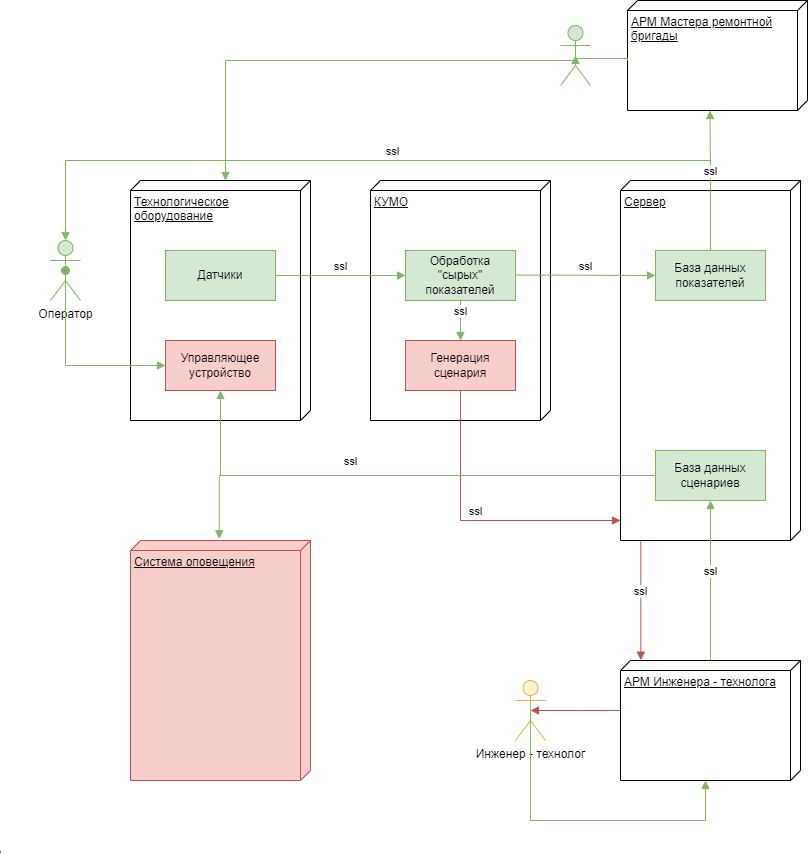
The draw.io diagram архитектура КУМО.png in LaymBoro/course_cyberimmune_dev, before a commit. Source tidied: cells renumbered, new cells last; positions are measured from the earlier drawing's top-left corner, leaving out a move shared by most shapes.
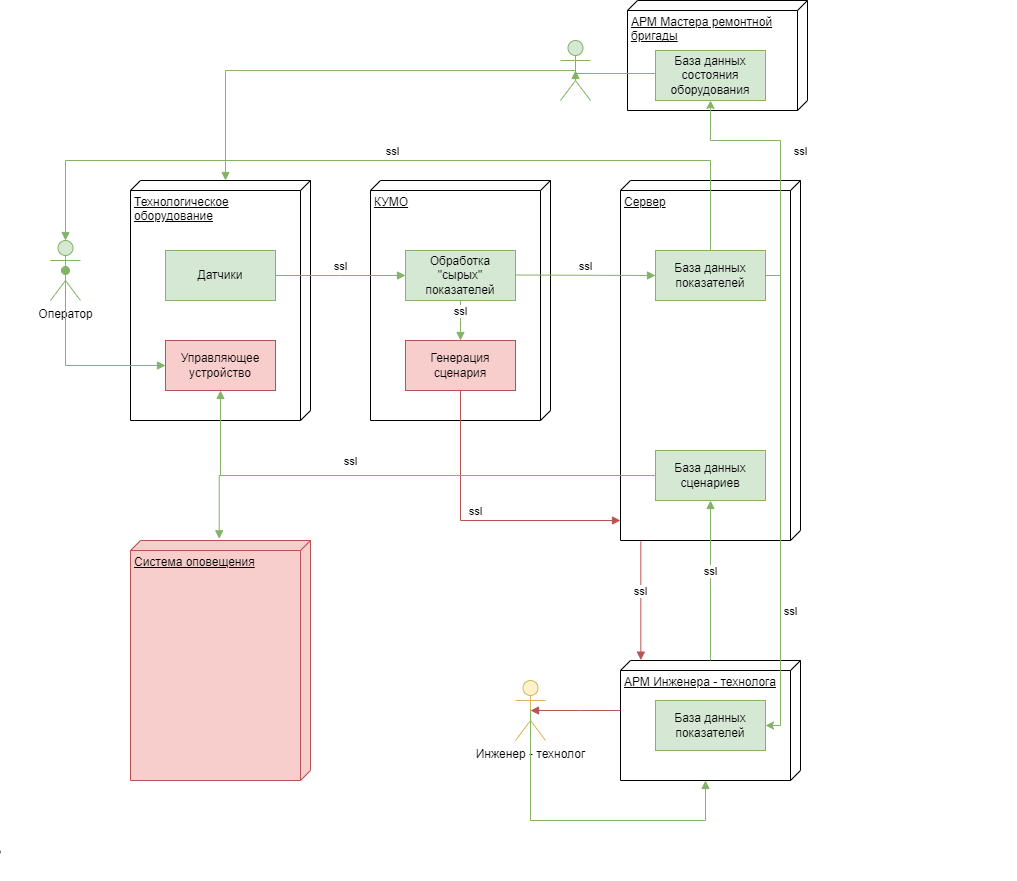
Above is the later version.

The edit, as a diff of the source:
```diff
@@ -124,12 +124,12 @@
         <mxPoint x="660" y="660" as="sourcePoint" />
       </mxGeometry>
     </mxCell>
-    <mxCell id="26" value="dispatch" style="html=1;verticalAlign=bottom;endArrow=block;edgeStyle=elbowEdgeStyle;elbow=vertical;curved=0;rounded=0;exitX=0;exitY=0.5;exitDx=0;exitDy=0;entryX=0.5;entryY=1;entryDx=0;entryDy=0;fillColor=#d5e8d4;strokeColor=#82b366;" parent="1" edge="1" source="20" target="14">
-      <mxGeometry x="0.67" y="434" relative="1" as="geometry">
+    <mxCell id="26" value="ssl" style="html=1;verticalAlign=bottom;endArrow=block;edgeStyle=elbowEdgeStyle;elbow=vertical;curved=0;rounded=0;exitX=0;exitY=0.5;exitDx=0;exitDy=0;entryX=0.5;entryY=1;entryDx=0;entryDy=0;fillColor=#d5e8d4;strokeColor=#82b366;" parent="1" edge="1" source="20" target="14">
+      <mxGeometry x="-1" y="-347" relative="1" as="geometry">
         <Array as="points">
           <mxPoint x="390" y="475" />
         </Array>
-        <mxPoint x="234" y="385" as="offset" />
+        <mxPoint x="145" y="32" as="offset" />
       </mxGeometry>
     </mxCell>
     <mxCell id="27" value="ssl" style="html=1;verticalAlign=bottom;endArrow=block;edgeStyle=elbowEdgeStyle;elbow=vertical;curved=0;rounded=0;entryX=-0.007;entryY=0.507;entryDx=0;entryDy=0;entryPerimeter=0;exitX=0;exitY=0.5;exitDx=0;exitDy=0;fillColor=#d5e8d4;strokeColor=#82b366;" parent="1" edge="1" source="20" target="19">
@@ -139,27 +139,44 @@
         </Array>
       </mxGeometry>
     </mxCell>
-    <mxCell id="28" value="ssl" style="html=1;verticalAlign=bottom;endArrow=block;edgeStyle=elbowEdgeStyle;elbow=vertical;curved=0;rounded=0;entryX=0.5;entryY=1;entryDx=0;entryDy=0;fillColor=#d5e8d4;strokeColor=#82b366;" parent="1" edge="1">
-      <mxGeometry relative="1" as="geometry">
-        <mxPoint x="660" y="250" as="sourcePoint" />
-        <mxPoint x="659.5" y="110" as="targetPoint" />
-      </mxGeometry>
-    </mxCell>
     <mxCell id="29" style="shape=umlActor;verticalLabelPosition=bottom;verticalAlign=top;html=1;fillColor=#d5e8d4;strokeColor=#82b366;" parent="1" vertex="1">
-      <mxGeometry x="510" y="25" width="30" height="60" as="geometry" />
+      <mxGeometry x="510" y="40" width="30" height="60" as="geometry" />
     </mxCell>
-    <mxCell id="30" value="dispatch" style="html=1;verticalAlign=bottom;endArrow=block;edgeStyle=elbowEdgeStyle;elbow=vertical;curved=0;rounded=0;exitX=0;exitY=0;exitDx=60;exitDy=180;exitPerimeter=0;entryX=0.5;entryY=0.5;entryDx=0;entryDy=0;entryPerimeter=0;fillColor=#d5e8d4;strokeColor=#82b366;" parent="1" edge="1" source="18" target="29">
+    <mxCell id="30" value="dispatch" style="html=1;verticalAlign=bottom;endArrow=block;edgeStyle=elbowEdgeStyle;elbow=vertical;curved=0;rounded=0;exitX=0;exitY=0.5;exitDx=0;exitDy=0;entryX=0.5;entryY=0.5;entryDx=0;entryDy=0;entryPerimeter=0;fillColor=#d5e8d4;strokeColor=#82b366;" parent="1" edge="1" source="33" target="29">
       <mxGeometry x="0.89" y="975" relative="1" as="geometry">
         <mxPoint x="420" y="802" as="offset" />
       </mxGeometry>
     </mxCell>
-    <mxCell id="31" value="dispatch" style="html=1;verticalAlign=bottom;endArrow=block;edgeStyle=elbowEdgeStyle;elbow=vertical;curved=0;rounded=0;exitX=0.5;exitY=0.5;exitDx=0;exitDy=0;exitPerimeter=0;entryX=0;entryY=0;entryDx=0;entryDy=85;entryPerimeter=0;fillColor=#d5e8d4;strokeColor=#82b366;" parent="1" edge="1" source="29" target="2">
-      <mxGeometry x="1" y="-710" relative="1" as="geometry">
+    <mxCell id="31" value="ssl" style="html=1;verticalAlign=bottom;endArrow=block;edgeStyle=elbowEdgeStyle;elbow=vertical;curved=0;rounded=0;exitX=0.5;exitY=0.5;exitDx=0;exitDy=0;exitPerimeter=0;entryX=0;entryY=0;entryDx=0;entryDy=85;entryPerimeter=0;fillColor=#d5e8d4;strokeColor=#82b366;" parent="1" edge="1" source="29" target="2">
+      <mxGeometry x="-1" y="591" relative="1" as="geometry">
         <Array as="points">
-          <mxPoint x="360" y="60" />
+          <mxPoint x="350" y="70" />
         </Array>
-        <mxPoint x="505" y="680" as="offset" />
+        <mxPoint x="215" y="-41" as="offset" />
       </mxGeometry>
     </mxCell>
+    <mxCell id="32" value="База данных показателей" style="html=1;whiteSpace=wrap;fillColor=#d5e8d4;strokeColor=#82b366;" parent="1" vertex="1">
+      <mxGeometry x="605" y="700" width="110" height="50" as="geometry" />
+    </mxCell>
+    <mxCell id="33" value="База данных состояния оборудования" style="html=1;whiteSpace=wrap;fillColor=#d5e8d4;strokeColor=#82b366;" parent="1" vertex="1">
+      <mxGeometry x="605" y="50" width="110" height="50" as="geometry" />
+    </mxCell>
+    <mxCell id="34" style="edgeStyle=orthogonalEdgeStyle;rounded=0;jettySize=auto;html=1;exitX=1;exitY=0.5;exitDx=0;exitDy=0;fillColor=#d5e8d4;strokeColor=#82b366;entryX=0.5;entryY=1;entryDx=0;entryDy=0;" parent="1" edge="1" source="9" target="33">
+      <mxGeometry relative="1" as="geometry">
+        <Array as="points">
+          <mxPoint x="730" y="275" />
+          <mxPoint x="730" y="140" />
+          <mxPoint x="660" y="140" />
+        </Array>
+      </mxGeometry>
+    </mxCell>
+    <mxCell id="35" style="edgeStyle=orthogonalEdgeStyle;rounded=0;jettySize=auto;html=1;exitX=1;exitY=0.5;exitDx=0;exitDy=0;entryX=1;entryY=0.5;entryDx=0;entryDy=0;fillColor=#d5e8d4;strokeColor=#82b366;" parent="1" edge="1" source="9" target="32">
+      <mxGeometry relative="1" as="geometry">
+        <Array as="points">
+          <mxPoint x="730" y="275" />
+          <mxPoint x="730" y="725" />
+        </Array>
+      </mxGeometry>
+    </mxCell>
   </root>
 </mxGraphModel>
```
